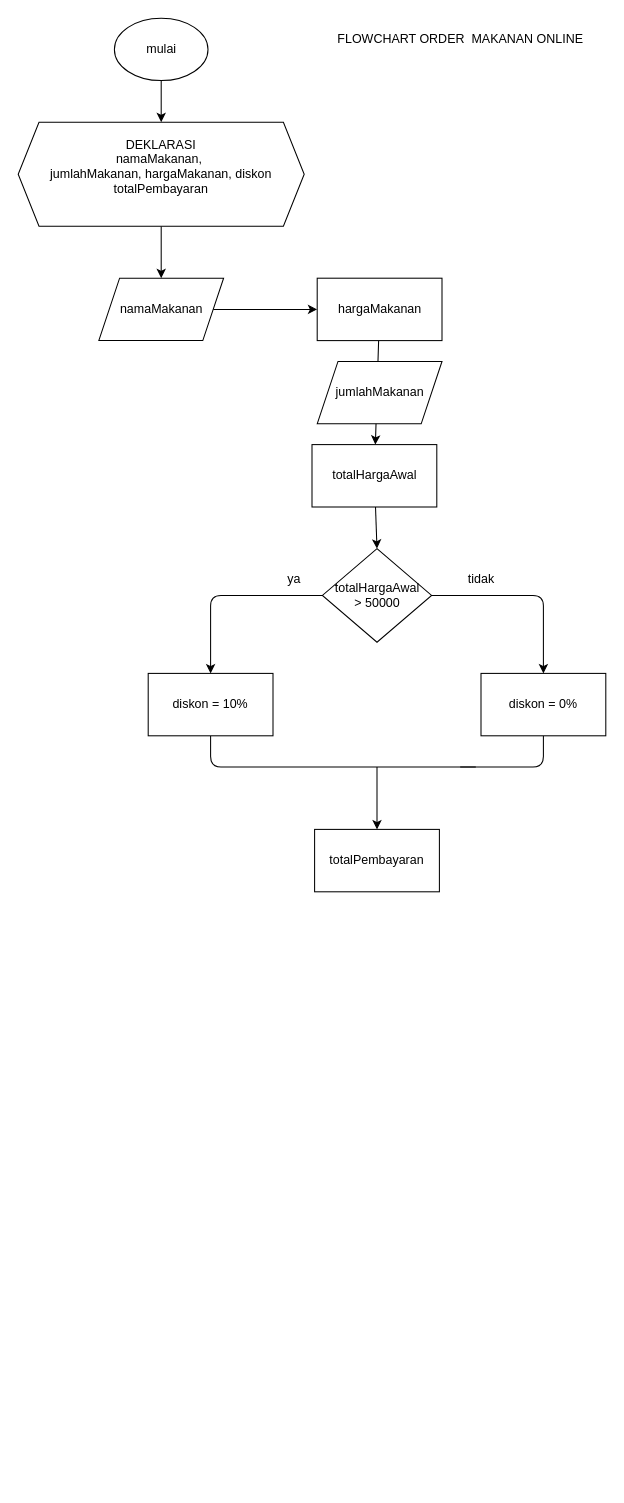
Above: flowchart.drawio in juansebastianumpele/juan_umpele-order_makanan_online_app (draw.io), before the change. Source tidied: cells renumbered, new cells numbered last; positions are measured from the earlier drawing's top-left corner, leaving out a move shared by most shapes. Both pictures are drawn from the tidied source at 104%, with x=0, y=0 at pixel (18, 18).
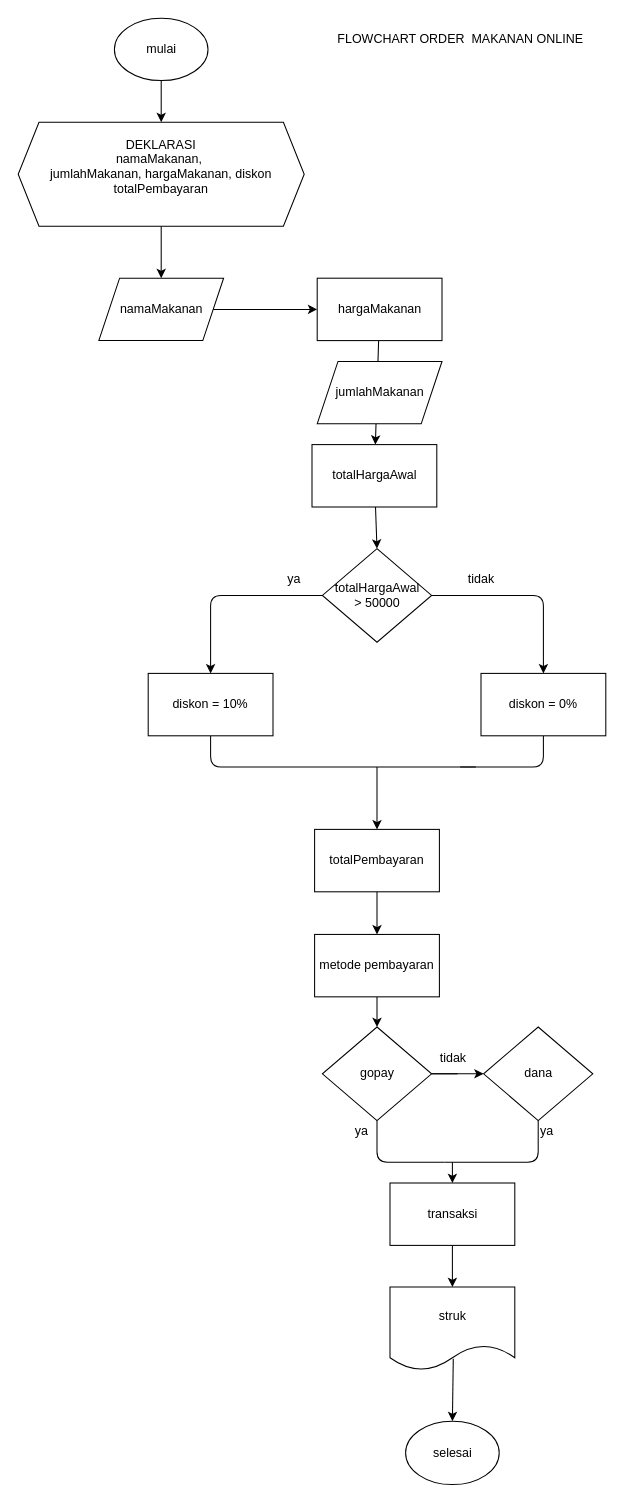
The same page after the edit.

Commit message:
add condition metode pembayaran

The change refers to these unchanged cells:
```xml
<mxCell id="24" value="&lt;span&gt;totalPembayaran&lt;/span&gt;" style="rounded=0;whiteSpace=wrap;html=1;" parent="1" vertex="1">
  <mxGeometry x="285" y="780" width="120" height="60" as="geometry" />
</mxCell>
```

Change to the diagram source:
```diff
@@
+    <mxCell id="25" style="edgeStyle=none;html=1;entryX=0.5;entryY=0;entryDx=0;entryDy=0;" parent="1" edge="1" source="24" target="27">
+      <mxGeometry relative="1" as="geometry" />
+    </mxCell>
@@
+    <mxCell id="26" style="edgeStyle=none;html=1;entryX=0.5;entryY=0;entryDx=0;entryDy=0;startArrow=none;startFill=0;endArrow=classic;endFill=1;" parent="1" edge="1" source="27" target="33">
+      <mxGeometry relative="1" as="geometry" />
+    </mxCell>
+    <mxCell id="27" value="metode pembayaran" style="rounded=0;whiteSpace=wrap;html=1;" parent="1" vertex="1">
+      <mxGeometry x="285" y="881" width="120" height="60" as="geometry" />
+    </mxCell>
+    <mxCell id="28" value="struk" style="shape=document;whiteSpace=wrap;html=1;boundedLbl=1;" parent="1" vertex="1">
+      <mxGeometry x="357.5" y="1220" width="120" height="80" as="geometry" />
+    </mxCell>
+    <mxCell id="29" style="edgeStyle=none;html=1;startArrow=classic;startFill=1;endArrow=none;endFill=0;exitX=0.5;exitY=0;exitDx=0;exitDy=0;entryX=0.507;entryY=0.861;entryDx=0;entryDy=0;entryPerimeter=0;" parent="1" edge="1" source="30" target="28">
+      <mxGeometry relative="1" as="geometry" />
+    </mxCell>
+    <mxCell id="30" value="selesai" style="ellipse;whiteSpace=wrap;html=1;" parent="1" vertex="1">
+      <mxGeometry x="372.5" y="1349" width="90" height="61" as="geometry" />
+    </mxCell>
+    <mxCell id="31" style="edgeStyle=none;html=1;startArrow=none;startFill=0;endArrow=none;endFill=0;" parent="1" edge="1" source="33">
+      <mxGeometry relative="1" as="geometry">
+        <mxPoint x="422.5" y="1015" as="targetPoint" />
+      </mxGeometry>
+    </mxCell>
+    <mxCell id="32" style="edgeStyle=none;html=1;startArrow=none;startFill=0;endArrow=none;endFill=0;" parent="1" edge="1" source="33">
+      <mxGeometry relative="1" as="geometry">
+        <mxPoint x="410" y="1100" as="targetPoint" />
+        <Array as="points">
+          <mxPoint x="345" y="1100" />
+        </Array>
+      </mxGeometry>
+    </mxCell>
+    <mxCell id="33" value="gopay" style="rhombus;whiteSpace=wrap;html=1;" parent="1" vertex="1">
+      <mxGeometry x="292.5" y="970" width="105" height="90" as="geometry" />
+    </mxCell>
+    <mxCell id="34" style="edgeStyle=none;html=1;startArrow=classic;startFill=1;endArrow=none;endFill=0;" parent="1" edge="1" source="36" target="33">
+      <mxGeometry relative="1" as="geometry" />
+    </mxCell>
+    <mxCell id="35" style="edgeStyle=none;html=1;startArrow=none;startFill=0;endArrow=none;endFill=0;" parent="1" edge="1" source="36">
+      <mxGeometry relative="1" as="geometry">
+        <mxPoint x="410" y="1100" as="targetPoint" />
+        <Array as="points">
+          <mxPoint x="500" y="1100" />
+        </Array>
+      </mxGeometry>
+    </mxCell>
+    <mxCell id="36" value="dana" style="rhombus;whiteSpace=wrap;html=1;" parent="1" vertex="1">
+      <mxGeometry x="447.5" y="970" width="105" height="90" as="geometry" />
+    </mxCell>
+    <mxCell id="37" value="tidak" style="text;html=1;align=center;verticalAlign=middle;strokeColor=none;fillColor=none;" parent="1" vertex="1">
+      <mxGeometry x="397.5" y="990" width="40" height="20" as="geometry" />
+    </mxCell>
+    <mxCell id="38" value="ya" style="text;html=1;align=center;verticalAlign=middle;strokeColor=none;fillColor=none;" parent="1" vertex="1">
+      <mxGeometry x="315" y="1060" width="30" height="20" as="geometry" />
+    </mxCell>
+    <mxCell id="39" value="ya" style="text;html=1;align=center;verticalAlign=middle;strokeColor=none;fillColor=none;" parent="1" vertex="1">
+      <mxGeometry x="492.5" y="1060" width="30" height="20" as="geometry" />
+    </mxCell>
+    <mxCell id="40" style="edgeStyle=none;html=1;startArrow=classic;startFill=1;endArrow=none;endFill=0;" parent="1" edge="1" source="42">
+      <mxGeometry relative="1" as="geometry">
+        <mxPoint x="417.5" y="1100" as="targetPoint" />
+      </mxGeometry>
+    </mxCell>
+    <mxCell id="41" style="edgeStyle=none;html=1;entryX=0.5;entryY=0;entryDx=0;entryDy=0;startArrow=none;startFill=0;endArrow=classic;endFill=1;" parent="1" edge="1" source="42" target="28">
+      <mxGeometry relative="1" as="geometry" />
+    </mxCell>
+    <mxCell id="42" value="transaksi" style="rounded=0;whiteSpace=wrap;html=1;" parent="1" vertex="1">
+      <mxGeometry x="357.5" y="1120" width="120" height="60" as="geometry" />
+    </mxCell>
```
